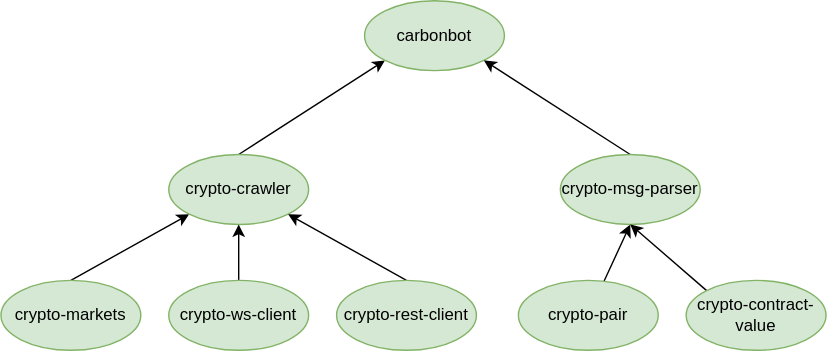
This is dependency-tree.svg from crypto-crawler/crypto-crawler-rs, a draw.io export, as it was before one commit. Source tidied: cells renumbered, new cells last; positions are measured from the earlier drawing's top-left corner, leaving out a move shared by most shapes. The source it was exported from:
```xml
<mxGraphModel>
  <root>
    <mxCell id="0" />
    <mxCell id="1" parent="0" />
    <mxCell id="2" style="rounded=0;jettySize=auto;html=1;entryX=0.5;entryY=1;entryDx=0;entryDy=0;" parent="1" edge="1" source="3" target="14">
      <mxGeometry relative="1" as="geometry" />
    </mxCell>
    <mxCell id="3" value="crypto-pair" style="ellipse;whiteSpace=wrap;html=1;fillColor=#d5e8d4;strokeColor=#82b366;" parent="1" vertex="1">
      <mxGeometry x="370" y="200" width="100" height="50" as="geometry" />
    </mxCell>
    <mxCell id="4" style="edgeStyle=none;rounded=0;jettySize=auto;html=1;exitX=0.5;exitY=0;exitDx=0;exitDy=0;entryX=0;entryY=1;entryDx=0;entryDy=0;" parent="1" edge="1" source="5" target="7">
      <mxGeometry relative="1" as="geometry" />
    </mxCell>
    <mxCell id="5" value="crypto-markets" style="ellipse;whiteSpace=wrap;html=1;fillColor=#d5e8d4;strokeColor=#82b366;" parent="1" vertex="1">
      <mxGeometry y="200" width="100" height="50" as="geometry" />
    </mxCell>
    <mxCell id="6" style="rounded=0;jettySize=auto;html=1;exitX=0.5;exitY=0;exitDx=0;exitDy=0;entryX=0;entryY=1;entryDx=0;entryDy=0;" parent="1" edge="1" source="7" target="10">
      <mxGeometry relative="1" as="geometry" />
    </mxCell>
    <mxCell id="7" value="crypto-crawler" style="ellipse;whiteSpace=wrap;html=1;fillColor=#d5e8d4;strokeColor=#82b366;" parent="1" vertex="1">
      <mxGeometry x="120" y="110" width="100" height="50" as="geometry" />
    </mxCell>
    <mxCell id="8" style="edgeStyle=none;rounded=0;jettySize=auto;html=1;exitX=0.5;exitY=0;exitDx=0;exitDy=0;entryX=0.5;entryY=1;entryDx=0;entryDy=0;" parent="1" edge="1" source="9" target="7">
      <mxGeometry relative="1" as="geometry" />
    </mxCell>
    <mxCell id="9" value="crypto-ws-client" style="ellipse;whiteSpace=wrap;html=1;fillColor=#d5e8d4;strokeColor=#82b366;" parent="1" vertex="1">
      <mxGeometry x="120" y="200" width="100" height="50" as="geometry" />
    </mxCell>
    <mxCell id="10" value="carbonbot" style="ellipse;whiteSpace=wrap;html=1;fillColor=#d5e8d4;strokeColor=#82b366;" parent="1" vertex="1">
      <mxGeometry x="260" width="100" height="50" as="geometry" />
    </mxCell>
    <mxCell id="11" style="edgeStyle=none;rounded=0;jettySize=auto;html=1;exitX=0.5;exitY=0;exitDx=0;exitDy=0;entryX=1;entryY=1;entryDx=0;entryDy=0;" parent="1" edge="1" source="12" target="7">
      <mxGeometry relative="1" as="geometry" />
    </mxCell>
    <mxCell id="12" value="crypto-rest-client" style="ellipse;whiteSpace=wrap;html=1;fillColor=#d5e8d4;strokeColor=#82b366;" parent="1" vertex="1">
      <mxGeometry x="240" y="200" width="100" height="50" as="geometry" />
    </mxCell>
    <mxCell id="13" style="edgeStyle=none;rounded=0;jettySize=auto;html=1;exitX=0.5;exitY=0;exitDx=0;exitDy=0;entryX=1;entryY=1;entryDx=0;entryDy=0;exitPerimeter=0;" parent="1" edge="1" source="14" target="10">
      <mxGeometry relative="1" as="geometry" />
    </mxCell>
    <mxCell id="14" value="crypto-msg-parser" style="ellipse;whiteSpace=wrap;html=1;fillColor=#d5e8d4;strokeColor=#82b366;" parent="1" vertex="1">
      <mxGeometry x="400" y="110" width="100" height="50" as="geometry" />
    </mxCell>
    <mxCell id="15" style="edgeStyle=none;rounded=0;jettySize=auto;html=1;exitX=0;exitY=0;exitDx=0;exitDy=0;entryX=0.5;entryY=1;entryDx=0;entryDy=0;" parent="1" edge="1" source="16" target="14">
      <mxGeometry relative="1" as="geometry" />
    </mxCell>
    <mxCell id="16" value="crypto-contract-value" style="ellipse;whiteSpace=wrap;html=1;fillColor=#d5e8d4;strokeColor=#82b366;" parent="1" vertex="1">
      <mxGeometry x="490" y="200" width="100" height="50" as="geometry" />
    </mxCell>
  </root>
</mxGraphModel>
```
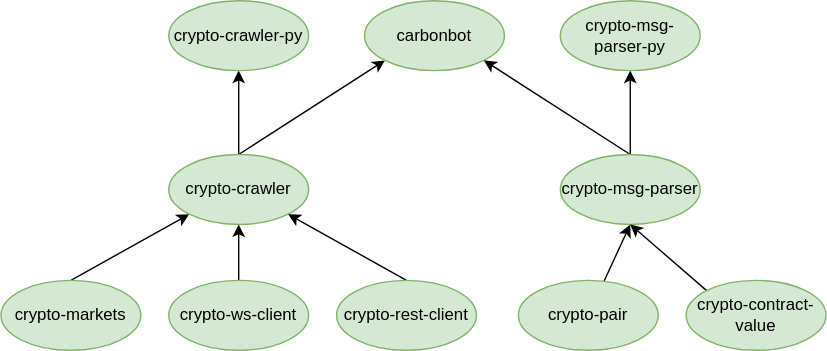
After the commit.

Diff of the diagram source:
```diff
@@ -2,50 +2,62 @@
   <root>
     <mxCell id="0" />
     <mxCell id="1" parent="0" />
-    <mxCell id="2" style="rounded=0;jettySize=auto;html=1;entryX=0.5;entryY=1;entryDx=0;entryDy=0;" parent="1" edge="1" source="3" target="14">
+    <mxCell id="2" style="rounded=0;jettySize=auto;html=1;entryX=0.5;entryY=1;entryDx=0;entryDy=0;" parent="1" edge="1" source="3" target="16">
       <mxGeometry relative="1" as="geometry" />
     </mxCell>
     <mxCell id="3" value="crypto-pair" style="ellipse;whiteSpace=wrap;html=1;fillColor=#d5e8d4;strokeColor=#82b366;" parent="1" vertex="1">
       <mxGeometry x="370" y="200" width="100" height="50" as="geometry" />
     </mxCell>
-    <mxCell id="4" style="edgeStyle=none;rounded=0;jettySize=auto;html=1;exitX=0.5;exitY=0;exitDx=0;exitDy=0;entryX=0;entryY=1;entryDx=0;entryDy=0;" parent="1" edge="1" source="5" target="7">
+    <mxCell id="4" style="edgeStyle=none;rounded=0;jettySize=auto;html=1;exitX=0.5;exitY=0;exitDx=0;exitDy=0;entryX=0;entryY=1;entryDx=0;entryDy=0;" parent="1" edge="1" source="5" target="8">
       <mxGeometry relative="1" as="geometry" />
     </mxCell>
     <mxCell id="5" value="crypto-markets" style="ellipse;whiteSpace=wrap;html=1;fillColor=#d5e8d4;strokeColor=#82b366;" parent="1" vertex="1">
       <mxGeometry y="200" width="100" height="50" as="geometry" />
     </mxCell>
-    <mxCell id="6" style="rounded=0;jettySize=auto;html=1;exitX=0.5;exitY=0;exitDx=0;exitDy=0;entryX=0;entryY=1;entryDx=0;entryDy=0;" parent="1" edge="1" source="7" target="10">
+    <mxCell id="6" style="rounded=0;jettySize=auto;html=1;exitX=0.5;exitY=0;exitDx=0;exitDy=0;entryX=0;entryY=1;entryDx=0;entryDy=0;" parent="1" edge="1" source="8" target="11">
       <mxGeometry relative="1" as="geometry" />
     </mxCell>
-    <mxCell id="7" value="crypto-crawler" style="ellipse;whiteSpace=wrap;html=1;fillColor=#d5e8d4;strokeColor=#82b366;" parent="1" vertex="1">
-      <mxGeometry x="120" y="110" width="100" height="50" as="geometry" />
+    <mxCell id="7" style="edgeStyle=orthogonalEdgeStyle;rounded=0;jettySize=auto;html=1;" parent="1" edge="1" source="8" target="19">
+      <mxGeometry relative="1" as="geometry" />
     </mxCell>
-    <mxCell id="8" style="edgeStyle=none;rounded=0;jettySize=auto;html=1;exitX=0.5;exitY=0;exitDx=0;exitDy=0;entryX=0.5;entryY=1;entryDx=0;entryDy=0;" parent="1" edge="1" source="9" target="7">
-      <mxGeometry relative="1" as="geometry" />
+    <mxCell id="8" value="crypto-crawler" style="ellipse;whiteSpace=wrap;html=1;fillColor=#d5e8d4;strokeColor=#82b366;" parent="1" vertex="1">
+      <mxGeometry x="120" y="110" width="100" height="50" as="geometry" />
     </mxCell>
-    <mxCell id="9" value="crypto-ws-client" style="ellipse;whiteSpace=wrap;html=1;fillColor=#d5e8d4;strokeColor=#82b366;" parent="1" vertex="1">
-      <mxGeometry x="120" y="200" width="100" height="50" as="geometry" />
+    <mxCell id="9" style="edgeStyle=none;rounded=0;jettySize=auto;html=1;exitX=0.5;exitY=0;exitDx=0;exitDy=0;entryX=0.5;entryY=1;entryDx=0;entryDy=0;" parent="1" edge="1" source="10" target="8">
+      <mxGeometry relative="1" as="geometry" />
     </mxCell>
-    <mxCell id="10" value="carbonbot" style="ellipse;whiteSpace=wrap;html=1;fillColor=#d5e8d4;strokeColor=#82b366;" parent="1" vertex="1">
-      <mxGeometry x="260" width="100" height="50" as="geometry" />
+    <mxCell id="10" value="crypto-ws-client" style="ellipse;whiteSpace=wrap;html=1;fillColor=#d5e8d4;strokeColor=#82b366;" parent="1" vertex="1">
+      <mxGeometry x="120" y="200" width="100" height="50" as="geometry" />
     </mxCell>
-    <mxCell id="11" style="edgeStyle=none;rounded=0;jettySize=auto;html=1;exitX=0.5;exitY=0;exitDx=0;exitDy=0;entryX=1;entryY=1;entryDx=0;entryDy=0;" parent="1" edge="1" source="12" target="7">
-      <mxGeometry relative="1" as="geometry" />
+    <mxCell id="11" value="carbonbot" style="ellipse;whiteSpace=wrap;html=1;fillColor=#d5e8d4;strokeColor=#82b366;" parent="1" vertex="1">
+      <mxGeometry x="260" width="100" height="50" as="geometry" />
     </mxCell>
-    <mxCell id="12" value="crypto-rest-client" style="ellipse;whiteSpace=wrap;html=1;fillColor=#d5e8d4;strokeColor=#82b366;" parent="1" vertex="1">
-      <mxGeometry x="240" y="200" width="100" height="50" as="geometry" />
+    <mxCell id="12" style="edgeStyle=none;rounded=0;jettySize=auto;html=1;exitX=0.5;exitY=0;exitDx=0;exitDy=0;entryX=1;entryY=1;entryDx=0;entryDy=0;" parent="1" edge="1" source="13" target="8">
+      <mxGeometry relative="1" as="geometry" />
     </mxCell>
-    <mxCell id="13" style="edgeStyle=none;rounded=0;jettySize=auto;html=1;exitX=0.5;exitY=0;exitDx=0;exitDy=0;entryX=1;entryY=1;entryDx=0;entryDy=0;exitPerimeter=0;" parent="1" edge="1" source="14" target="10">
-      <mxGeometry relative="1" as="geometry" />
+    <mxCell id="13" value="crypto-rest-client" style="ellipse;whiteSpace=wrap;html=1;fillColor=#d5e8d4;strokeColor=#82b366;" parent="1" vertex="1">
+      <mxGeometry x="240" y="200" width="100" height="50" as="geometry" />
     </mxCell>
-    <mxCell id="14" value="crypto-msg-parser" style="ellipse;whiteSpace=wrap;html=1;fillColor=#d5e8d4;strokeColor=#82b366;" parent="1" vertex="1">
-      <mxGeometry x="400" y="110" width="100" height="50" as="geometry" />
+    <mxCell id="14" style="edgeStyle=none;rounded=0;jettySize=auto;html=1;exitX=0.5;exitY=0;exitDx=0;exitDy=0;entryX=1;entryY=1;entryDx=0;entryDy=0;exitPerimeter=0;" parent="1" edge="1" source="16" target="11">
+      <mxGeometry relative="1" as="geometry" />
     </mxCell>
-    <mxCell id="15" style="edgeStyle=none;rounded=0;jettySize=auto;html=1;exitX=0;exitY=0;exitDx=0;exitDy=0;entryX=0.5;entryY=1;entryDx=0;entryDy=0;" parent="1" edge="1" source="16" target="14">
+    <mxCell id="15" style="rounded=0;jettySize=auto;html=1;" parent="1" edge="1" source="16" target="20">
       <mxGeometry relative="1" as="geometry" />
     </mxCell>
-    <mxCell id="16" value="crypto-contract-value" style="ellipse;whiteSpace=wrap;html=1;fillColor=#d5e8d4;strokeColor=#82b366;" parent="1" vertex="1">
-      <mxGeometry x="490" y="200" width="100" height="50" as="geometry" />
+    <mxCell id="16" value="crypto-msg-parser" style="ellipse;whiteSpace=wrap;html=1;fillColor=#d5e8d4;strokeColor=#82b366;" parent="1" vertex="1">
+      <mxGeometry x="400" y="110" width="100" height="50" as="geometry" />
     </mxCell>
+    <mxCell id="17" style="edgeStyle=none;rounded=0;jettySize=auto;html=1;exitX=0;exitY=0;exitDx=0;exitDy=0;entryX=0.5;entryY=1;entryDx=0;entryDy=0;" parent="1" edge="1" source="18" target="16">
+      <mxGeometry relative="1" as="geometry" />
+    </mxCell>
+    <mxCell id="18" value="crypto-contract-value" style="ellipse;whiteSpace=wrap;html=1;fillColor=#d5e8d4;strokeColor=#82b366;" parent="1" vertex="1">
+      <mxGeometry x="490" y="200" width="100" height="50" as="geometry" />
+    </mxCell>
+    <mxCell id="19" value="crypto-crawler-py" style="ellipse;whiteSpace=wrap;html=1;fillColor=#d5e8d4;strokeColor=#82b366;" parent="1" vertex="1">
+      <mxGeometry x="120" width="100" height="50" as="geometry" />
+    </mxCell>
+    <mxCell id="20" value="crypto-msg-parser-py" style="ellipse;whiteSpace=wrap;html=1;fillColor=#d5e8d4;strokeColor=#82b366;" parent="1" vertex="1">
+      <mxGeometry x="400" width="100" height="50" as="geometry" />
+    </mxCell>
   </root>
 </mxGraphModel>
```
